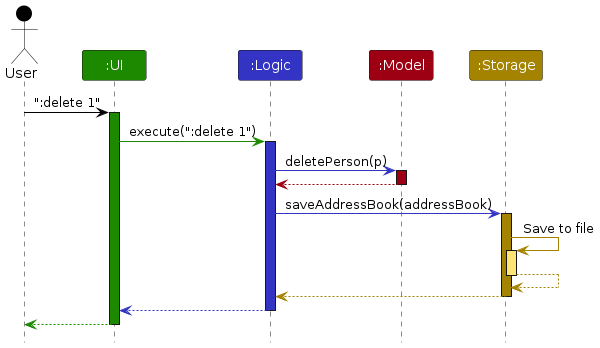
This is diagrams/ArchitectureSequenceDiagram.png from AY2526S2-CS2103T-T15-4/tp, a PlantUML export, as it was before one commit. Its source is kept beside it as diagrams/ArchitectureSequenceDiagram.puml. Source of this version:
```plantuml
@startuml
!include style.puml
skinparam ArrowFontStyle plain

Actor User as user USER_COLOR
Participant ":UI" as ui UI_COLOR
Participant ":Logic" as logic LOGIC_COLOR
Participant ":Model" as model MODEL_COLOR
Participant ":Storage" as storage STORAGE_COLOR

user -[USER_COLOR]> ui : ":delete 1"
activate ui UI_COLOR

ui -[UI_COLOR]> logic : execute(":delete 1")
activate logic LOGIC_COLOR

logic -[LOGIC_COLOR]> model : deletePerson(p)
activate model MODEL_COLOR

model -[MODEL_COLOR]-> logic
deactivate model

logic -[LOGIC_COLOR]> storage : saveAddressBook(addressBook)
activate storage STORAGE_COLOR

storage -[STORAGE_COLOR]> storage : Save to file
activate storage STORAGE_COLOR_T1
storage --[STORAGE_COLOR]> storage
deactivate storage

storage --[STORAGE_COLOR]> logic
deactivate storage

logic --[LOGIC_COLOR]> ui
deactivate logic

ui--[UI_COLOR]> user
deactivate ui
@enduml
```
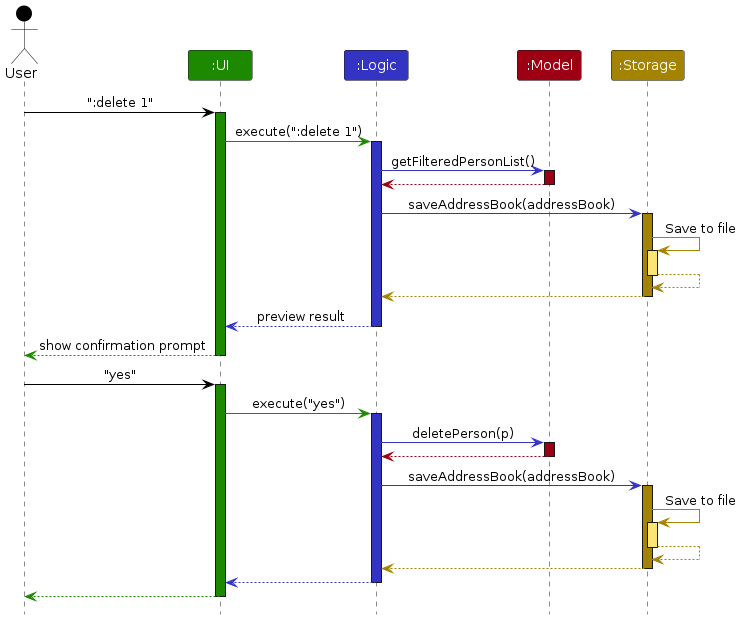
Later version of the same file.

Diff of the diagram source:
```diff
@@ -14,20 +14,43 @@
 ui -[UI_COLOR]> logic : execute(":delete 1")
 activate logic LOGIC_COLOR
 
-logic -[LOGIC_COLOR]> model : deletePerson(p)
+logic -[LOGIC_COLOR]> model : getFilteredPersonList()
 activate model MODEL_COLOR
-
 model -[MODEL_COLOR]-> logic
 deactivate model
 
 logic -[LOGIC_COLOR]> storage : saveAddressBook(addressBook)
 activate storage STORAGE_COLOR
-
 storage -[STORAGE_COLOR]> storage : Save to file
 activate storage STORAGE_COLOR_T1
 storage --[STORAGE_COLOR]> storage
 deactivate storage
+storage --[STORAGE_COLOR]> logic
+deactivate storage
 
+logic --[LOGIC_COLOR]> ui : preview result
+deactivate logic
+
+ui--[UI_COLOR]> user : show confirmation prompt
+deactivate ui
+
+user -[USER_COLOR]> ui : "yes"
+activate ui UI_COLOR
+
+ui -[UI_COLOR]> logic : execute("yes")
+activate logic LOGIC_COLOR
+
+logic -[LOGIC_COLOR]> model : deletePerson(p)
+activate model MODEL_COLOR
+model -[MODEL_COLOR]-> logic
+deactivate model
+
+logic -[LOGIC_COLOR]> storage : saveAddressBook(addressBook)
+activate storage STORAGE_COLOR
+storage -[STORAGE_COLOR]> storage : Save to file
+activate storage STORAGE_COLOR_T1
+storage --[STORAGE_COLOR]> storage
+deactivate storage
 storage --[STORAGE_COLOR]> logic
 deactivate storage
 
```
